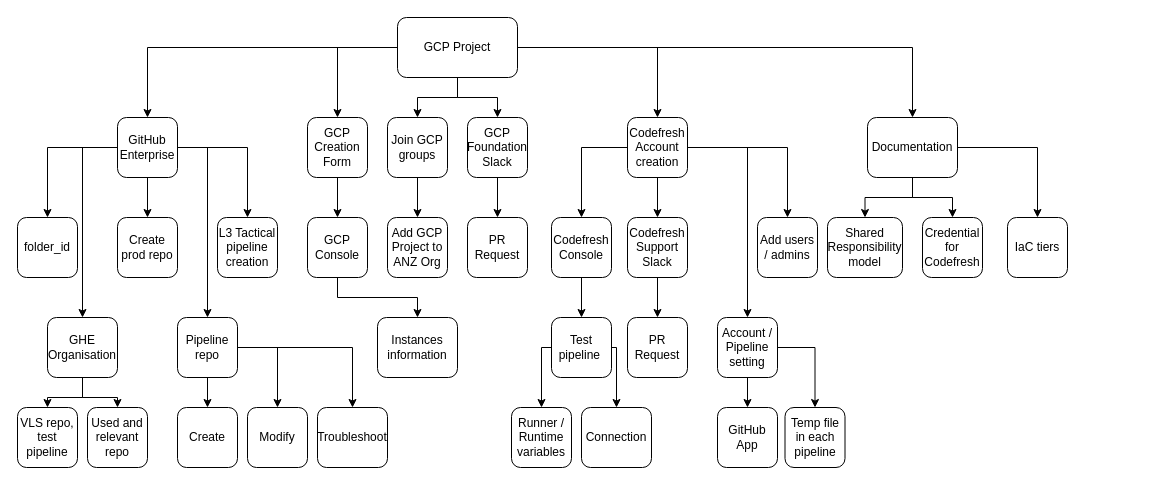
The draw.io diagram GCP .drawio in curiouscat-me/Dumb-Projects-for-Myself, before the edit. Source tidied: cells renumbered, new cells numbered last; positions are measured from the earlier drawing's top-left corner, leaving out a move shared by most shapes. Both pictures are drawn from the tidied source at 100%, with x=0, y=0 at pixel (17, 17).
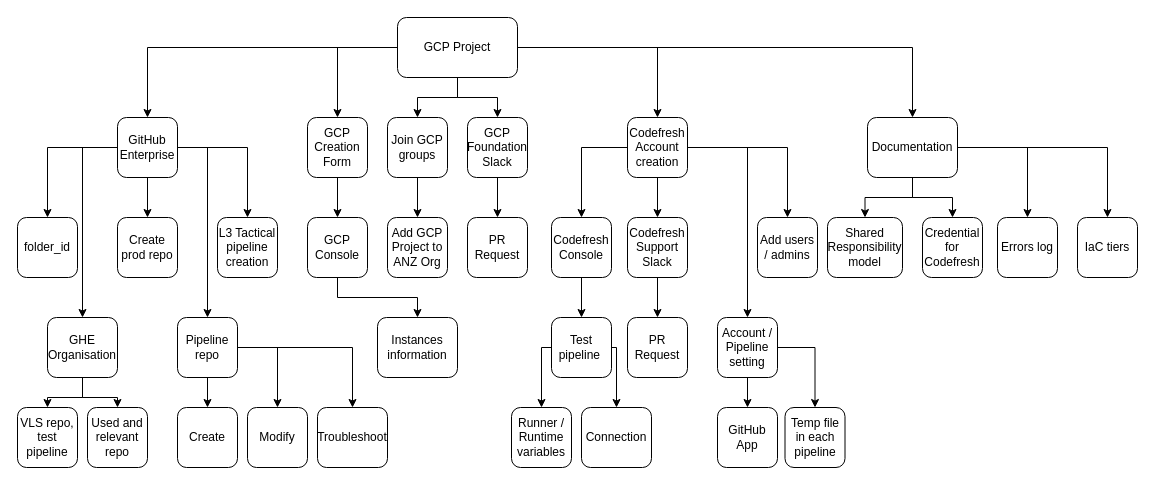
Above is the later version.

Unchanged cells that the change refers to:
```xml
<mxCell id="32" value="Documentation" style="rounded=1;whiteSpace=wrap;html=1;" parent="1" vertex="1">
  <mxGeometry x="850" y="100" width="90" height="60" as="geometry" />
</mxCell>
```

Diff of the diagram source:
```diff
@@
+    <mxCell id="69" style="edgeStyle=orthogonalEdgeStyle;rounded=0;jettySize=auto;html=1;" parent="1" edge="1" source="32" target="70">
+      <mxGeometry relative="1" as="geometry" />
+    </mxCell>
@@
     <mxCell id="47" value="IaC tiers" style="rounded=1;whiteSpace=wrap;html=1;" parent="1" vertex="1">
-      <mxGeometry x="990" y="200" width="60" height="60" as="geometry" />
+      <mxGeometry x="1060" y="200" width="60" height="60" as="geometry" />
     </mxCell>
@@
+    <mxCell id="70" value="Errors log" style="rounded=1;whiteSpace=wrap;html=1;" parent="1" vertex="1">
+      <mxGeometry x="980" y="200" width="60" height="60" as="geometry" />
+    </mxCell>
```
